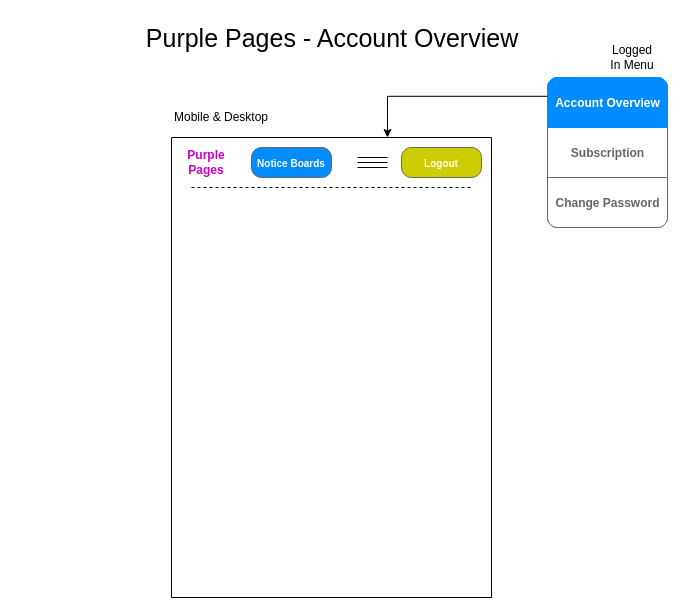
The draw.io diagram planning/purple-pages-account-view.drawio in davebland/purple-pages, before the edit. Source tidied: cells renumbered, new cells numbered last; positions are measured from the earlier drawing's top-left corner, leaving out a move shared by most shapes. Both pictures are drawn from the tidied source at 100%, with x=0, y=0 at pixel (17, 17).
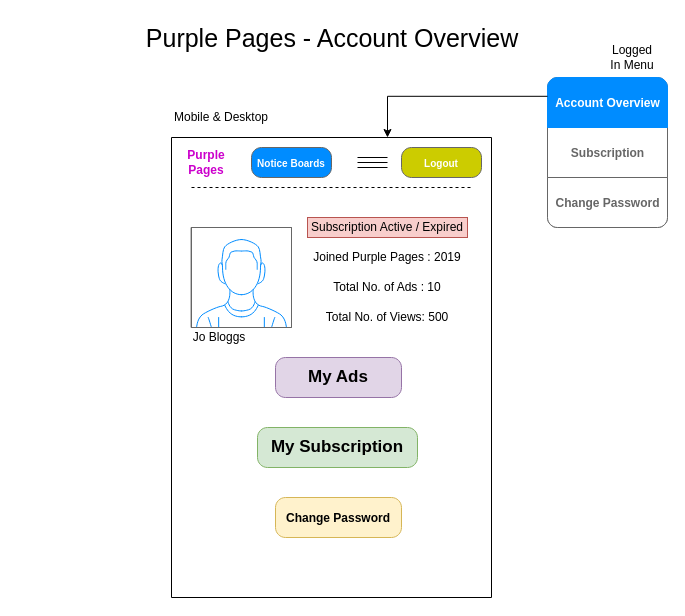
After the change.

Commit message (it also covers changes not shown here):
updates to home and account view planning documents

Change to the diagram source:
```diff
@@
+    <mxCell id="21" style="verticalLabelPosition=bottom;shadow=0;dashed=0;align=center;html=1;verticalAlign=top;strokeWidth=1;shape=mxgraph.mockup.containers.userMale;strokeColor=#666666;strokeColor2=#008cff;fillColor=#ffffff;" parent="1" vertex="1">
+      <mxGeometry x="174" y="210" width="100" height="100" as="geometry" />
+    </mxCell>
+    <mxCell id="22" value="Joined Purple Pages : 2019" style="text;html=1;strokeColor=none;fillColor=none;align=center;verticalAlign=middle;whiteSpace=wrap;rounded=0;" parent="1" vertex="1">
+      <mxGeometry x="290" y="230" width="160" height="20" as="geometry" />
+    </mxCell>
+    <mxCell id="23" value="Total No. of Ads : 10" style="text;html=1;strokeColor=none;fillColor=none;align=center;verticalAlign=middle;whiteSpace=wrap;rounded=0;" parent="1" vertex="1">
+      <mxGeometry x="290" y="260" width="160" height="20" as="geometry" />
+    </mxCell>
+    <mxCell id="24" value="Total No. of Views: 500" style="text;html=1;strokeColor=none;fillColor=none;align=center;verticalAlign=middle;whiteSpace=wrap;rounded=0;" parent="1" vertex="1">
+      <mxGeometry x="290" y="290" width="160" height="20" as="geometry" />
+    </mxCell>
+    <mxCell id="25" value="Subscription Active / Expired" style="text;html=1;strokeColor=#b85450;fillColor=#f8cecc;align=center;verticalAlign=middle;whiteSpace=wrap;rounded=0;" parent="1" vertex="1">
+      <mxGeometry x="290" y="200" width="160" height="20" as="geometry" />
+    </mxCell>
+    <mxCell id="26" value="My Ads" style="strokeWidth=1;shadow=0;dashed=0;align=center;html=1;shape=mxgraph.mockup.buttons.button;strokeColor=#9673a6;mainText=;buttonStyle=round;fontSize=17;fontStyle=1;fillColor=#e1d5e7;whiteSpace=wrap;" parent="1" vertex="1">
+      <mxGeometry x="258" y="340" width="126" height="40" as="geometry" />
+    </mxCell>
+    <mxCell id="27" value="My Subscription" style="strokeWidth=1;shadow=0;dashed=0;align=center;html=1;shape=mxgraph.mockup.buttons.button;strokeColor=#82b366;mainText=;buttonStyle=round;fontSize=17;fontStyle=1;fillColor=#d5e8d4;whiteSpace=wrap;" parent="1" vertex="1">
+      <mxGeometry x="240" y="410" width="160" height="40" as="geometry" />
+    </mxCell>
+    <mxCell id="28" value="&lt;font style=&quot;font-size: 12px&quot;&gt;Change Password&lt;/font&gt;" style="strokeWidth=1;shadow=0;dashed=0;align=center;html=1;shape=mxgraph.mockup.buttons.button;strokeColor=#d6b656;mainText=;buttonStyle=round;fontSize=17;fontStyle=1;fillColor=#fff2cc;whiteSpace=wrap;" parent="1" vertex="1">
+      <mxGeometry x="258" y="480" width="126" height="40" as="geometry" />
+    </mxCell>
+    <mxCell id="29" value="Jo Bloggs" style="text;html=1;strokeColor=none;fillColor=none;align=center;verticalAlign=middle;whiteSpace=wrap;rounded=0;" parent="1" vertex="1">
+      <mxGeometry x="174" y="310" width="56" height="20" as="geometry" />
+    </mxCell>
```
